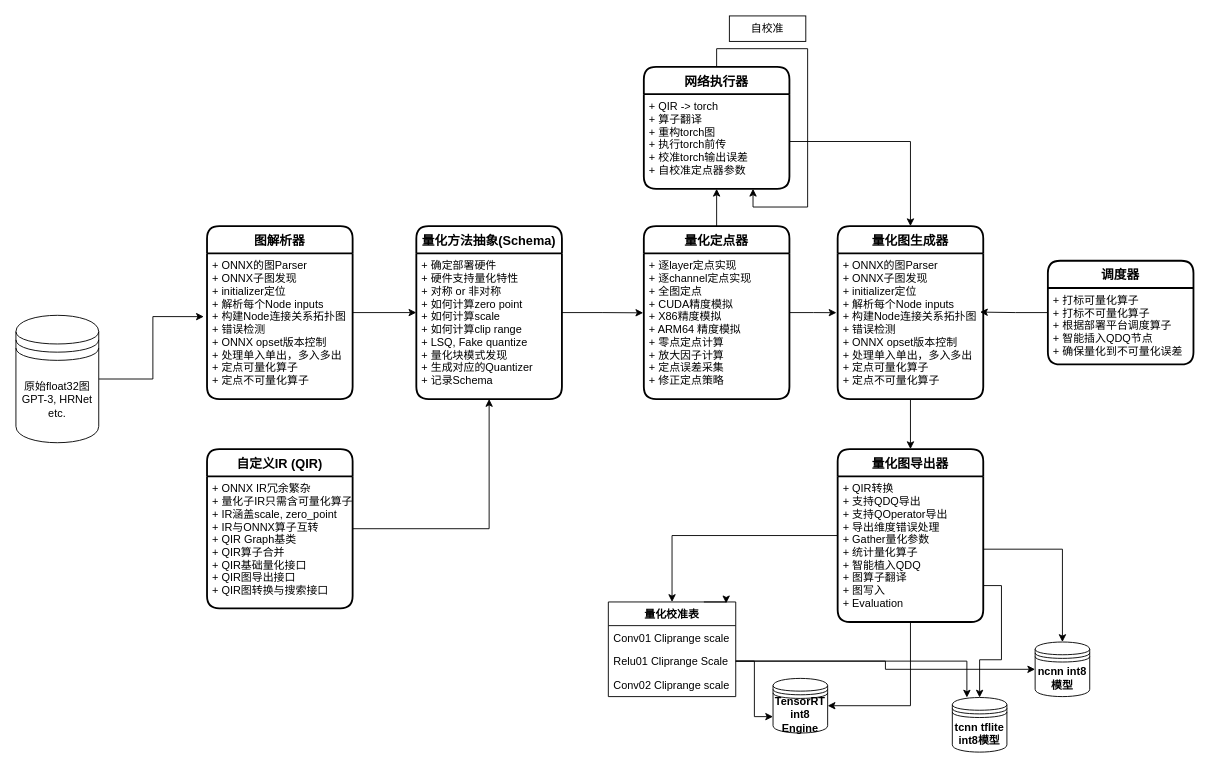
This is Untitled Dia梵蒂冈gram.drawio from lucasjinreal/3d_detection, a draw.io file, before an edit. Source tidied: cells renumbered, new cells numbered last; positions are measured from the earlier drawing's top-left corner, leaving out a move shared by most shapes. Both pictures are drawn from the tidied source at 91%, with x=0, y=0 at pixel (15, 15).
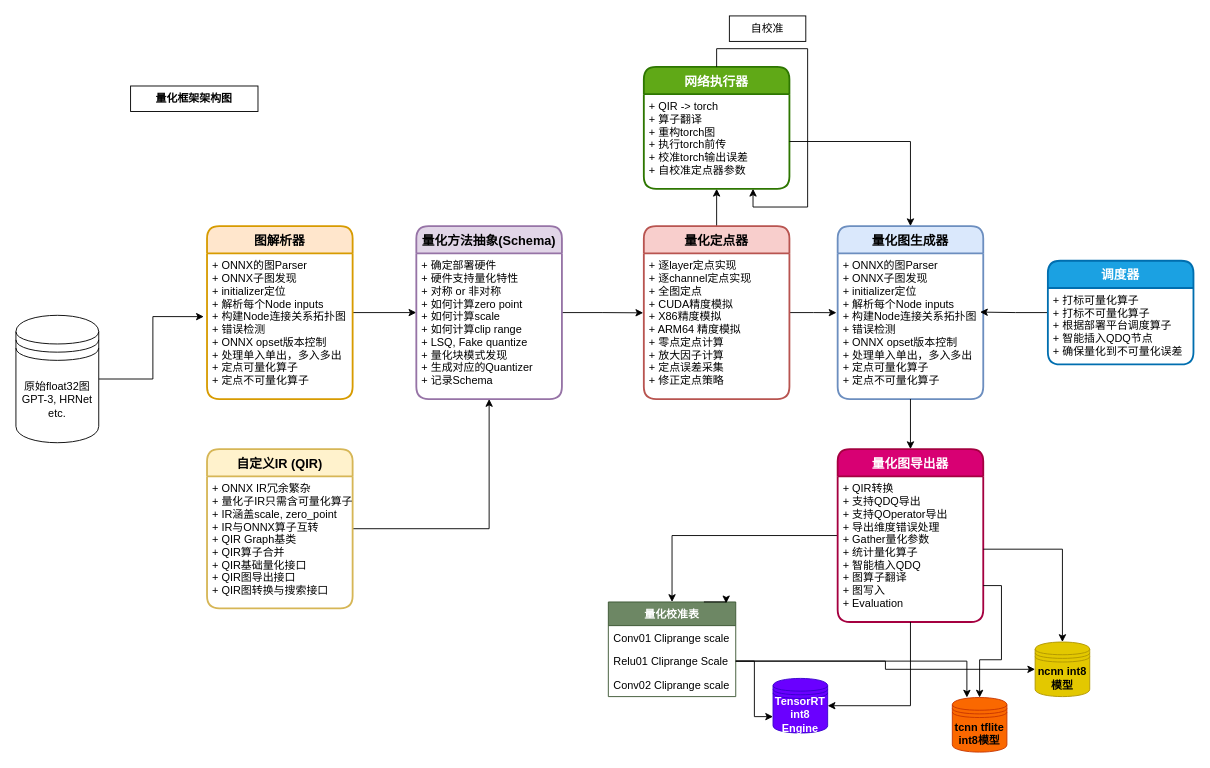
Above is the later version.

What changed in the source:
```diff
@@
-    <mxCell id="3" value="图解析器" style="swimlane;horizontal=1;startSize=30;rounded=1;fontSize=14;fontStyle=1;strokeWidth=2;shadow=0;dashed=0;align=center;" parent="1" vertex="1">
+    <mxCell id="3" value="图解析器" style="swimlane;horizontal=1;startSize=30;rounded=1;fontSize=14;fontStyle=1;strokeWidth=2;shadow=0;dashed=0;align=center;fillColor=#ffe6cc;strokeColor=#d79b00;" parent="1" vertex="1">
       <mxGeometry x="210" y="231" width="160" height="190" as="geometry" />
     </mxCell>
@@
-    <mxCell id="6" value="量化方法抽象(Schema)" style="swimlane;horizontal=1;startSize=30;rounded=1;fontSize=14;fontStyle=1;strokeWidth=2;shadow=0;dashed=0;align=center;" parent="1" vertex="1">
+    <mxCell id="6" value="量化方法抽象(Schema)" style="swimlane;horizontal=1;startSize=30;rounded=1;fontSize=14;fontStyle=1;strokeWidth=2;shadow=0;dashed=0;align=center;fillColor=#e1d5e7;strokeColor=#9673a6;" parent="1" vertex="1">
       <mxGeometry x="440" y="231" width="160" height="190" as="geometry" />
     </mxCell>
@@
-    <mxCell id="10" value="量化定点器" style="swimlane;horizontal=1;startSize=30;rounded=1;fontSize=14;fontStyle=1;strokeWidth=2;shadow=0;dashed=0;align=center;" parent="1" vertex="1">
+    <mxCell id="10" value="量化定点器" style="swimlane;horizontal=1;startSize=30;rounded=1;fontSize=14;fontStyle=1;strokeWidth=2;shadow=0;dashed=0;align=center;fillColor=#f8cecc;strokeColor=#b85450;" parent="1" vertex="1">
       <mxGeometry x="690" y="231" width="160" height="190" as="geometry" />
     </mxCell>
@@
-    <mxCell id="12" value="量化图生成器" style="swimlane;horizontal=1;startSize=30;rounded=1;fontSize=14;fontStyle=1;strokeWidth=2;shadow=0;dashed=0;align=center;" parent="1" vertex="1">
+    <mxCell id="12" value="量化图生成器" style="swimlane;horizontal=1;startSize=30;rounded=1;fontSize=14;fontStyle=1;strokeWidth=2;shadow=0;dashed=0;align=center;fillColor=#dae8fc;strokeColor=#6c8ebf;" parent="1" vertex="1">
       <mxGeometry x="903" y="231" width="160" height="190" as="geometry" />
     </mxCell>
@@
-    <mxCell id="15" value="自定义IR (QIR)" style="swimlane;horizontal=1;startSize=30;rounded=1;fontSize=14;fontStyle=1;strokeWidth=2;shadow=0;dashed=0;align=center;" parent="1" vertex="1">
+    <mxCell id="15" value="自定义IR (QIR)" style="swimlane;horizontal=1;startSize=30;rounded=1;fontSize=14;fontStyle=1;strokeWidth=2;shadow=0;dashed=0;align=center;fillColor=#fff2cc;strokeColor=#d6b656;" parent="1" vertex="1">
       <mxGeometry x="210" y="476" width="160" height="175" as="geometry" />
     </mxCell>
@@
-    <mxCell id="18" value="量化图导出器" style="swimlane;horizontal=1;startSize=30;rounded=1;fontSize=14;fontStyle=1;strokeWidth=2;shadow=0;dashed=0;align=center;" parent="1" vertex="1">
+    <mxCell id="18" value="量化图导出器" style="swimlane;horizontal=1;startSize=30;rounded=1;fontSize=14;fontStyle=1;strokeWidth=2;shadow=0;dashed=0;align=center;fillColor=#d80073;fontColor=#ffffff;strokeColor=#A50040;" parent="1" vertex="1">
       <mxGeometry x="903" y="476" width="160" height="190" as="geometry" />
     </mxCell>
@@
-    <mxCell id="21" value="量化校准表" style="swimlane;fontStyle=1;horizontal=1;startSize=26;fillColor=none;" parent="1" vertex="1">
+    <mxCell id="21" value="量化校准表" style="swimlane;fontStyle=1;horizontal=1;startSize=26;fillColor=#6d8764;fontColor=#ffffff;strokeColor=#3A5431;" parent="1" vertex="1">
       <mxGeometry x="651" y="644" width="140" height="104" as="geometry" />
     </mxCell>
@@
-    <mxCell id="26" value="&lt;b&gt;TensorRT&lt;br&gt;int8 Engine&lt;/b&gt;" style="shape=datastore;whiteSpace=wrap;html=1;" parent="1" vertex="1">
+    <mxCell id="26" value="&lt;b&gt;TensorRT&lt;br&gt;int8 Engine&lt;/b&gt;" style="shape=datastore;whiteSpace=wrap;html=1;fillColor=#6a00ff;fontColor=#ffffff;strokeColor=#3700CC;" parent="1" vertex="1">
       <mxGeometry x="832" y="728" width="60" height="60" as="geometry" />
     </mxCell>
@@
-    <mxCell id="28" value="&lt;b&gt;ncnn int8模型&lt;/b&gt;" style="shape=datastore;whiteSpace=wrap;html=1;" parent="1" vertex="1">
+    <mxCell id="28" value="&lt;b&gt;ncnn int8模型&lt;/b&gt;" style="shape=datastore;whiteSpace=wrap;html=1;fillColor=#e3c800;fontColor=#000000;strokeColor=#B09500;" parent="1" vertex="1">
       <mxGeometry x="1120" y="688" width="60" height="60" as="geometry" />
     </mxCell>
@@
-    <mxCell id="30" value="&lt;b&gt;tcnn tflite int8模型&lt;/b&gt;" style="shape=datastore;whiteSpace=wrap;html=1;" parent="1" vertex="1">
+    <mxCell id="30" value="&lt;b&gt;tcnn tflite int8模型&lt;/b&gt;" style="shape=datastore;whiteSpace=wrap;html=1;fillColor=#fa6800;fontColor=#000000;strokeColor=#C73500;" parent="1" vertex="1">
       <mxGeometry x="1029" y="749" width="60" height="60" as="geometry" />
     </mxCell>
@@
-    <mxCell id="37" value="网络执行器" style="swimlane;horizontal=1;startSize=30;rounded=1;fontSize=14;fontStyle=1;strokeWidth=2;shadow=0;dashed=0;align=center;" parent="1" vertex="1">
+    <mxCell id="37" value="网络执行器" style="swimlane;horizontal=1;startSize=30;rounded=1;fontSize=14;fontStyle=1;strokeWidth=2;shadow=0;dashed=0;align=center;fillColor=#60a917;fontColor=#ffffff;strokeColor=#2D7600;" parent="1" vertex="1">
       <mxGeometry x="690" y="56" width="160" height="134" as="geometry" />
     </mxCell>
@@
-    <mxCell id="43" value="调度器" style="swimlane;horizontal=1;startSize=30;rounded=1;fontSize=14;fontStyle=1;strokeWidth=2;shadow=0;dashed=0;align=center;" parent="1" vertex="1">
+    <mxCell id="43" value="调度器" style="swimlane;horizontal=1;startSize=30;rounded=1;fontSize=14;fontStyle=1;strokeWidth=2;shadow=0;dashed=0;align=center;fillColor=#1ba1e2;fontColor=#ffffff;strokeColor=#006EAF;" parent="1" vertex="1">
       <mxGeometry x="1134" y="269" width="160" height="114" as="geometry" />
     </mxCell>
@@
+    <mxCell id="45" value="&lt;b&gt;量化框架架构图&lt;/b&gt;" style="whiteSpace=wrap;html=1;" parent="1" vertex="1">
+      <mxGeometry x="126" y="77" width="140" height="28" as="geometry" />
+    </mxCell>
```
